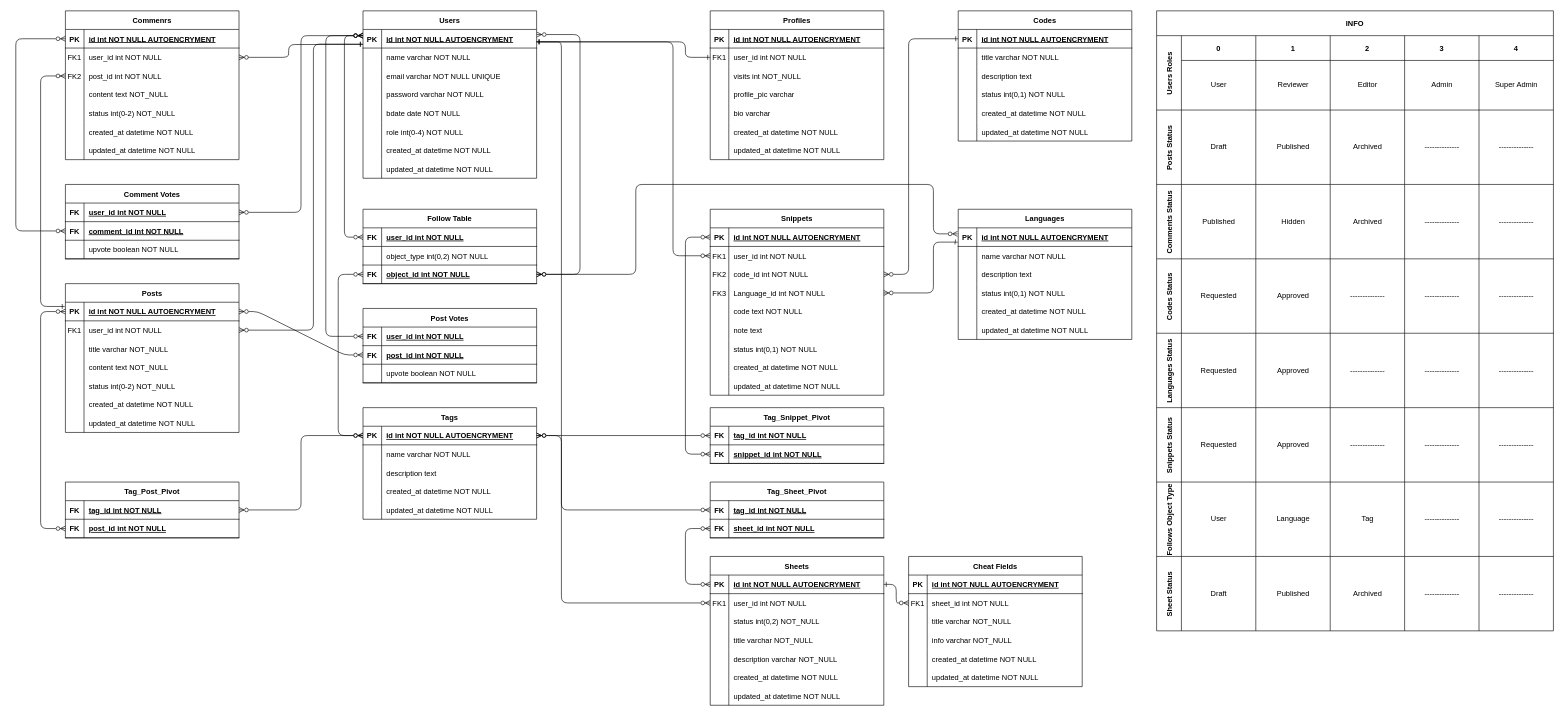
This is Discussion Files/ERD Diagram/Final ERD.drawio from Mahmoud217TR/grad-project, a draw.io file, before an edit. Source tidied: cells renumbered, new cells numbered last; positions are measured from the earlier drawing's top-left corner, leaving out a move shared by most shapes. Both pictures are drawn from the tidied source at 62%, with x=0, y=0 at pixel (16, 11).
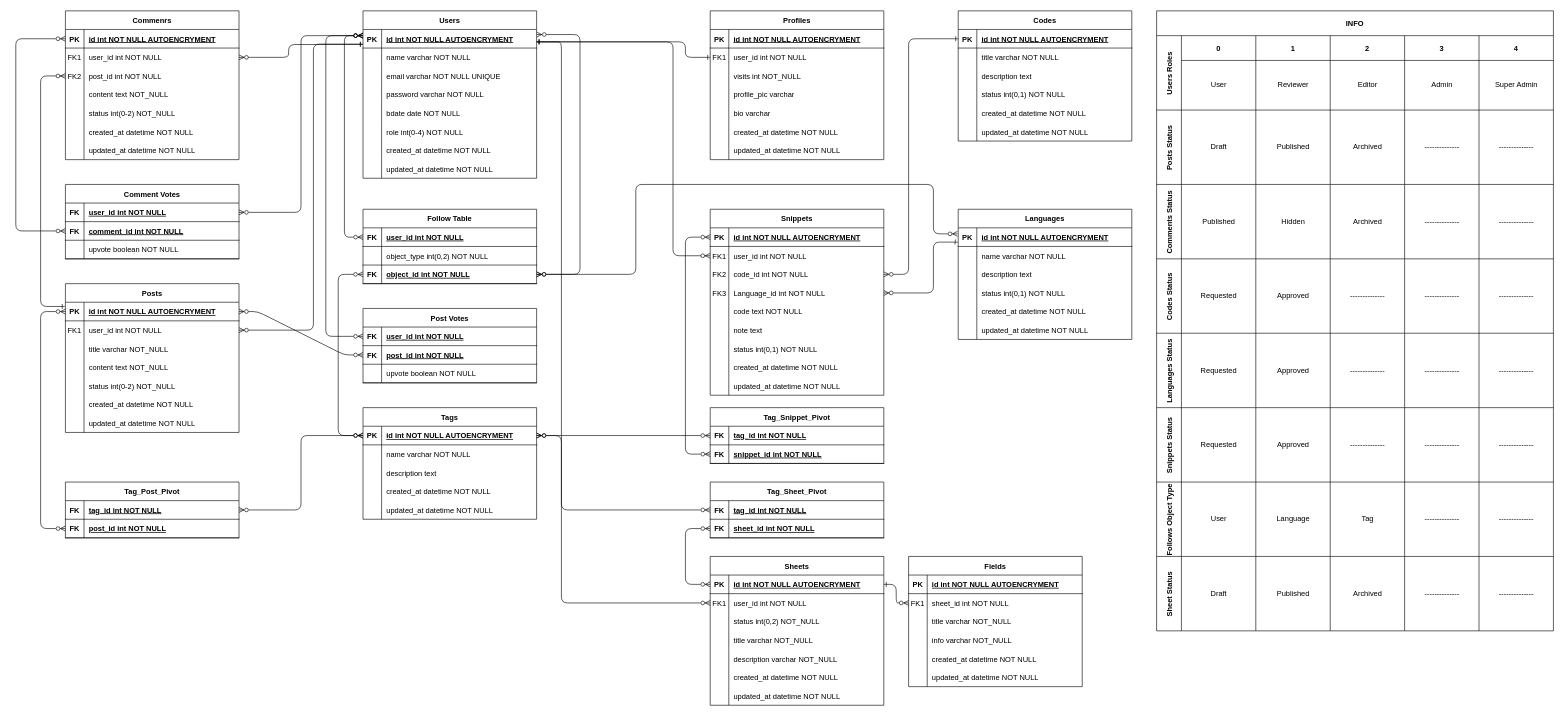
The same page after the edit.

Diff of the diagram source:
```diff
@@
-    <mxCell id="350" value="Cheat Fields" style="shape=table;startSize=30;childLayout=tableLayout;rowLines=0;fontStyle=1;align=center;" parent="1" vertex="1">
+    <mxCell id="350" value="Fields" style="shape=table;startSize=30;childLayout=tableLayout;rowLines=0;fontStyle=1;align=center;" parent="1" vertex="1">
       <mxGeometry x="1440" y="880" width="280" height="210" as="geometry" />
     </mxCell>
```
